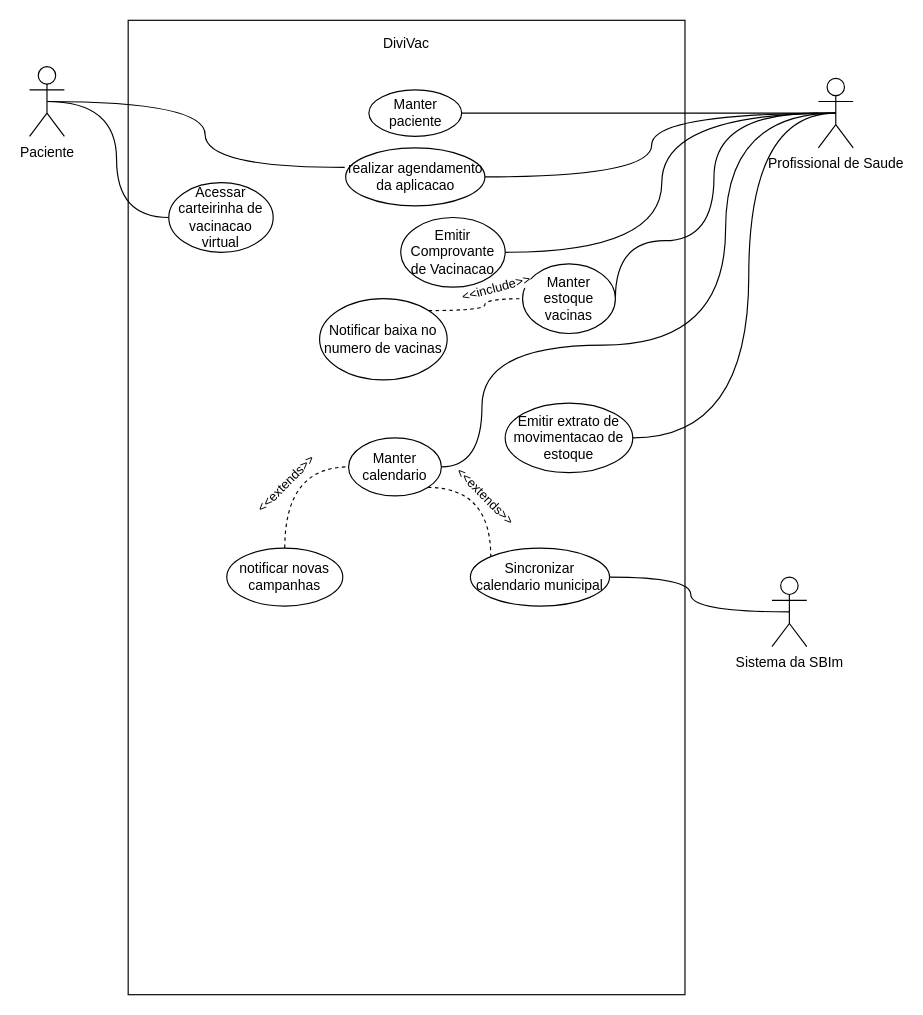
Before: doc/casodeuso.drawio in Numb4r/DiviVac, a draw.io diagram. Source tidied: cells renumbered, new cells numbered last; positions are measured from the earlier drawing's top-left corner, leaving out a move shared by most shapes. Both pictures are drawn from the tidied source at 116%, with x=0, y=0 at pixel (29, 20).
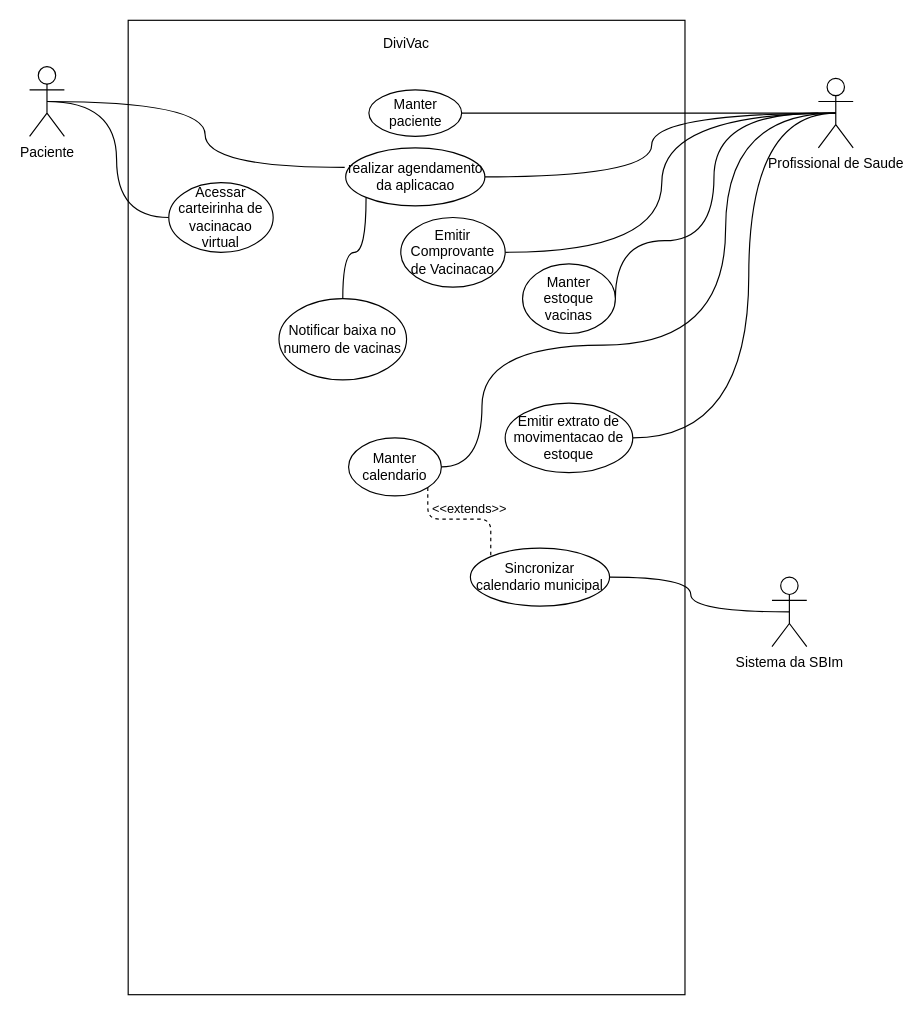
After the change.

Commit message:
Atualizado caso de uso

The change refers to these unchanged cells:
```xml
<mxCell id="17" value="Manter estoque vacinas" style="ellipse;whiteSpace=wrap;html=1;" parent="1" vertex="1">
  <mxGeometry x="425" y="210" width="80" height="60" as="geometry" />
</mxCell>
<mxCell id="20" value="Manter calendario" style="ellipse;whiteSpace=wrap;html=1;" parent="1" vertex="1">
  <mxGeometry x="275" y="360" width="80" height="50" as="geometry" />
</mxCell>
<mxCell id="30" value="realizar agendamento da aplicacao" style="ellipse;whiteSpace=wrap;html=1;" parent="1" vertex="1">
  <mxGeometry x="272.5" y="110" width="120" height="50" as="geometry" />
</mxCell>
<mxCell id="31" value="Sincronizar calendario municipal" style="ellipse;whiteSpace=wrap;html=1;" parent="1" vertex="1">
  <mxGeometry x="380" y="455" width="120" height="50" as="geometry" />
</mxCell>
```

Change to the diagram source:
```diff
@@
-    <mxCell id="18" style="edgeStyle=orthogonalEdgeStyle;curved=1;jettySize=auto;html=1;exitX=1;exitY=1;exitDx=0;exitDy=0;entryX=0;entryY=0;entryDx=0;entryDy=0;endArrow=none;endFill=0;dashed=1;" parent="1" edge="1" source="20" target="31">
-      <mxGeometry relative="1" as="geometry" />
+    <mxCell id="18" style="edgeStyle=orthogonalEdgeStyle;jettySize=auto;html=1;exitX=1;exitY=1;exitDx=0;exitDy=0;entryX=0;entryY=0;entryDx=0;entryDy=0;rounded=1;dashed=1;endArrow=none;endFill=0;" parent="1" edge="1" source="20" target="31">
+      <mxGeometry relative="1" as="geometry">
+        <Array as="points">
+          <mxPoint x="343" y="430" />
+          <mxPoint x="398" y="430" />
+        </Array>
+      </mxGeometry>
     </mxCell>
-    <mxCell id="19" value="&amp;lt;&amp;lt;extends&amp;gt;&amp;gt;" style="edgeLabel;html=1;align=center;verticalAlign=middle;rotation=45;" parent="18" vertex="1">
-      <mxGeometry x="0.28" y="-10" relative="1" as="geometry">
-        <mxPoint x="5" y="-12" as="offset" />
-      </mxGeometry>
-    </mxCell>
+    <mxCell id="32" value="&amp;lt;&amp;lt;extends&amp;gt;&amp;gt;" style="edgeLabel;html=1;align=center;verticalAlign=middle;" parent="18" vertex="1">
+      <mxGeometry x="-0.26" y="1" relative="1" as="geometry">
+        <mxPoint x="21" y="-9" as="offset" />
+      </mxGeometry>
+    </mxCell>
@@
-    <mxCell id="21" style="edgeStyle=orthogonalEdgeStyle;curved=1;jettySize=auto;html=1;exitX=1;exitY=0;exitDx=0;exitDy=0;entryX=0;entryY=0.5;entryDx=0;entryDy=0;endArrow=none;endFill=0;dashed=1;" parent="1" edge="1" source="23" target="17">
+    <mxCell id="21" style="edgeStyle=orthogonalEdgeStyle;curved=1;jettySize=auto;html=1;exitX=0.5;exitY=0;exitDx=0;exitDy=0;entryX=0;entryY=1;entryDx=0;entryDy=0;endArrow=none;endFill=0;" parent="1" edge="1" source="23" target="30">
       <mxGeometry relative="1" as="geometry" />
     </mxCell>
-    <mxCell id="22" value="&amp;lt;&amp;lt;include&amp;gt;&amp;gt;" style="edgeLabel;html=1;align=center;verticalAlign=middle;rotation=-15;" parent="21" vertex="1">
-      <mxGeometry x="-0.09" y="2" relative="1" as="geometry">
-        <mxPoint x="15" y="-18" as="offset" />
-      </mxGeometry>
-    </mxCell>
     <mxCell id="23" value="Notificar baixa no numero de vacinas" style="ellipse;whiteSpace=wrap;html=1;" parent="1" vertex="1">
-      <mxGeometry x="250" y="240" width="110" height="70" as="geometry" />
+      <mxGeometry x="215" y="240" width="110" height="70" as="geometry" />
     </mxCell>
-    <mxCell id="24" style="edgeStyle=orthogonalEdgeStyle;curved=1;jettySize=auto;html=1;exitX=0.5;exitY=0;exitDx=0;exitDy=0;entryX=0;entryY=0.5;entryDx=0;entryDy=0;endArrow=none;endFill=0;dashed=1;" parent="1" edge="1" source="26" target="20">
-      <mxGeometry relative="1" as="geometry" />
-    </mxCell>
-    <mxCell id="25" value="&amp;lt;&amp;lt;extends&amp;gt;&amp;gt;" style="edgeLabel;html=1;align=center;verticalAlign=middle;rotation=-45;" parent="24" vertex="1">
-      <mxGeometry x="0.33" y="-3" relative="1" as="geometry">
-        <mxPoint x="-13" y="12" as="offset" />
-      </mxGeometry>
-    </mxCell>
-    <mxCell id="26" value="notificar novas campanhas" style="ellipse;whiteSpace=wrap;html=1;" parent="1" vertex="1">
-      <mxGeometry x="170" y="455" width="100" height="50" as="geometry" />
-    </mxCell>
```
